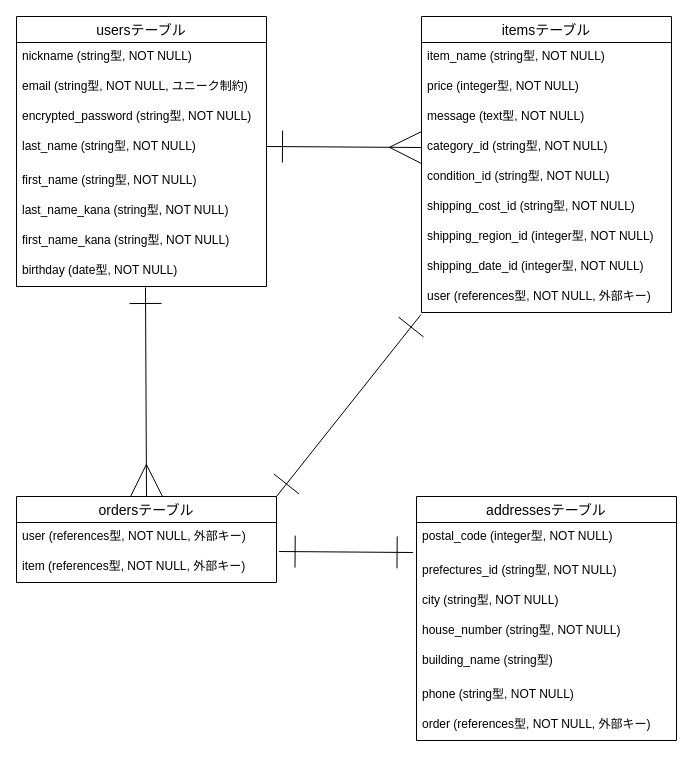
The draw.io diagram furima.dio in 31tomo/furima-40040, before the edit. Source tidied: cells renumbered, new cells numbered last; positions are measured from the earlier drawing's top-left corner, leaving out a move shared by most shapes. Both pictures are drawn from the tidied source at 100%, with x=0, y=0 at pixel (16, 16).
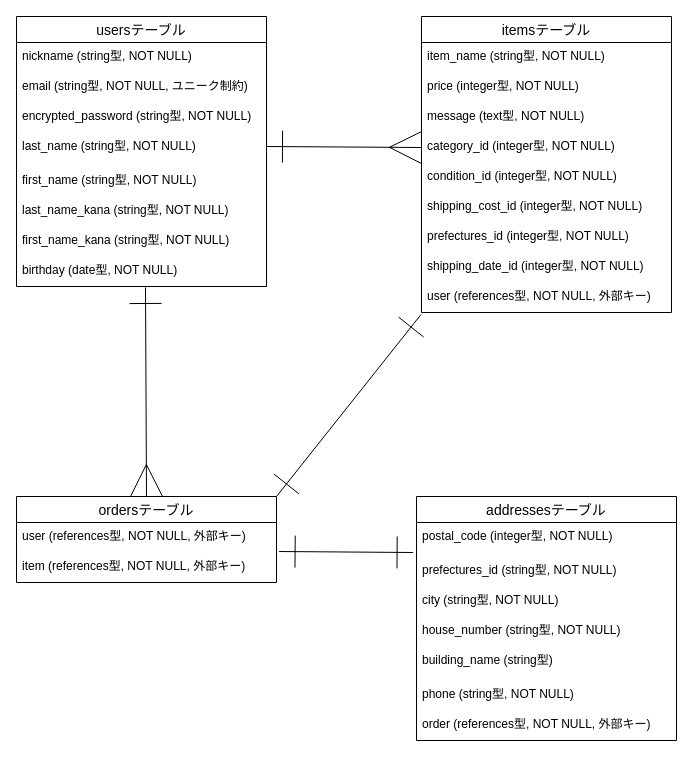
The same diagram, later.

Commit message (it also covers changes not shown here):
データベース設計の修正3

Unchanged cells that the change refers to:
```xml
<mxCell id="11" value="itemsテーブル" style="swimlane;fontStyle=0;horizontal=1;startSize=26;align=center;fontSize=14;" parent="1" vertex="1">
  <mxGeometry x="405" width="250" height="296" as="geometry" />
</mxCell>
```

Change to the diagram source:
```diff
@@
-    <mxCell id="15" value="category_id (string型, NOT NULL)" style="text;strokeColor=none;fillColor=none;spacingLeft=4;spacingRight=4;overflow=hidden;points=[[0,0.5],[1,0.5]];portConstraint=eastwest;fontSize=12;" parent="11" vertex="1">
+    <mxCell id="15" value="category_id (integer型, NOT NULL)" style="text;strokeColor=none;fillColor=none;spacingLeft=4;spacingRight=4;overflow=hidden;points=[[0,0.5],[1,0.5]];portConstraint=eastwest;fontSize=12;" parent="11" vertex="1">
       <mxGeometry y="116" width="250" height="30" as="geometry" />
     </mxCell>
-    <mxCell id="16" value="condition_id (string型, NOT NULL)" style="text;strokeColor=none;fillColor=none;spacingLeft=4;spacingRight=4;overflow=hidden;fontSize=12;" parent="11" vertex="1">
+    <mxCell id="16" value="condition_id (integer型, NOT NULL)" style="text;strokeColor=none;fillColor=none;spacingLeft=4;spacingRight=4;overflow=hidden;fontSize=12;" parent="11" vertex="1">
       <mxGeometry y="146" width="250" height="30" as="geometry" />
     </mxCell>
-    <mxCell id="17" value="shipping_cost_id (string型, NOT NULL)" style="text;strokeColor=none;fillColor=none;spacingLeft=4;spacingRight=4;overflow=hidden;fontSize=12;" parent="11" vertex="1">
+    <mxCell id="17" value="shipping_cost_id (integer型, NOT NULL)" style="text;strokeColor=none;fillColor=none;spacingLeft=4;spacingRight=4;overflow=hidden;fontSize=12;" parent="11" vertex="1">
       <mxGeometry y="176" width="250" height="30" as="geometry" />
     </mxCell>
-    <mxCell id="18" value="shipping_region_id (integer型, NOT NULL)" style="text;strokeColor=none;fillColor=none;spacingLeft=4;spacingRight=4;overflow=hidden;fontSize=12;" parent="11" vertex="1">
+    <mxCell id="18" value="prefectures_id (integer型, NOT NULL)" style="text;strokeColor=none;fillColor=none;spacingLeft=4;spacingRight=4;overflow=hidden;fontSize=12;" parent="11" vertex="1">
       <mxGeometry y="206" width="250" height="30" as="geometry" />
     </mxCell>
```
